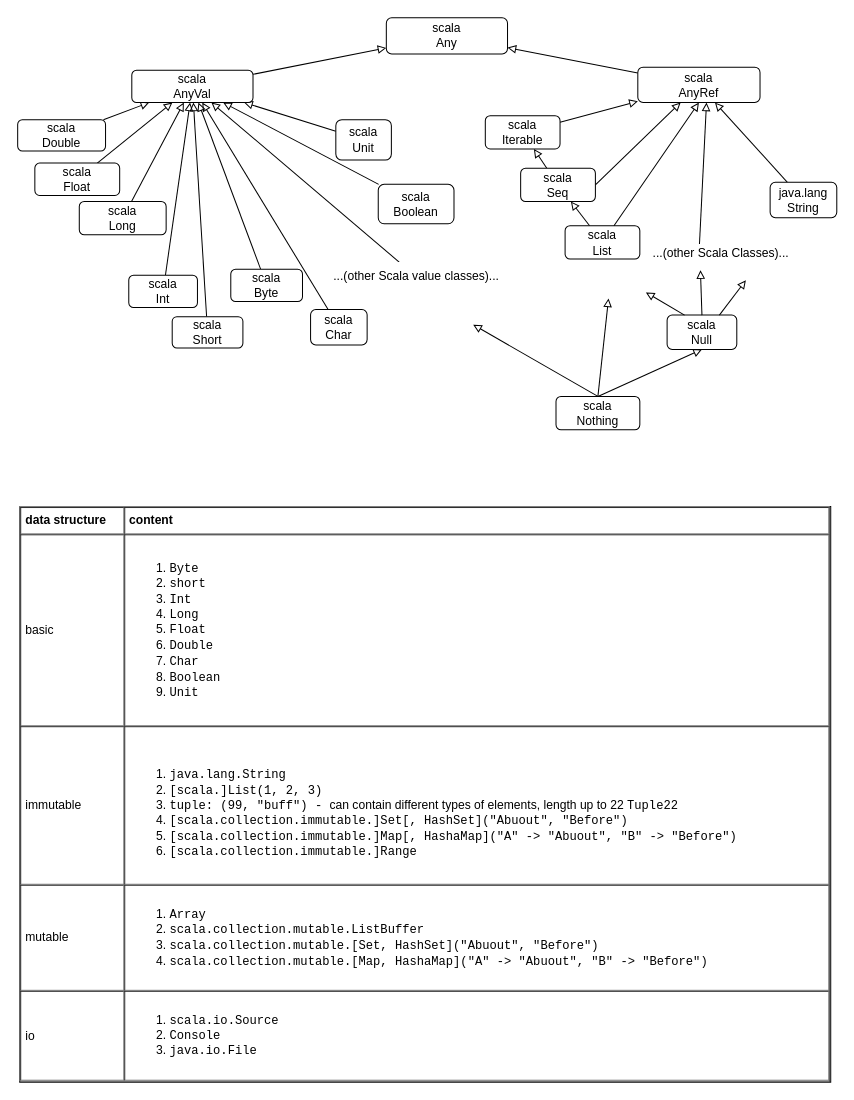
Before: page "data structure" (3 of 6) of languages/scala/scala.drawio in yangdj/tf_docs, a draw.io diagram. Source tidied: cells renumbered, new cells numbered last; positions are measured from the earlier drawing's top-left corner, leaving out a move shared by most shapes. Both pictures are drawn from the tidied source at 101%, with x=0, y=0 at pixel (17, 17).
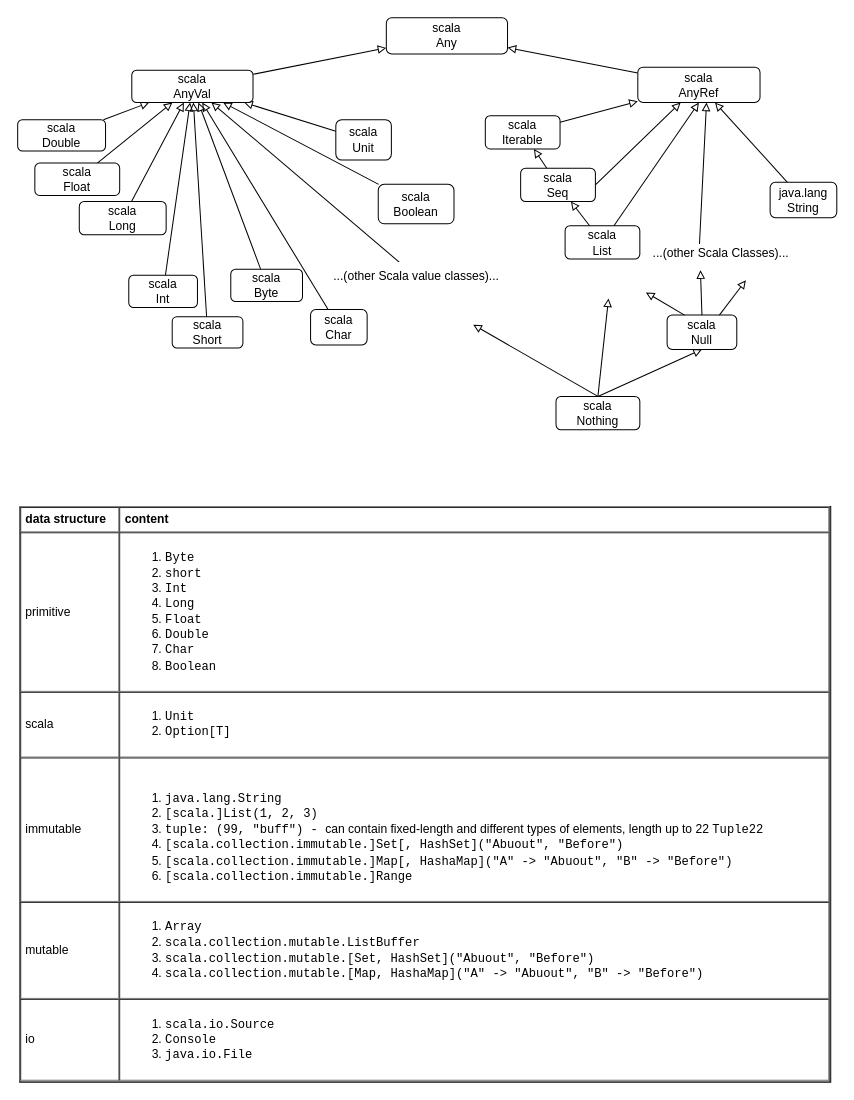
The same page after the edit.

Diff of the diagram source:
```diff
@@
-    <mxCell id="2" value="&lt;table cellpadding=&quot;4&quot; cellspacing=&quot;0&quot; border=&quot;1&quot; style=&quot;font-size: 1em ; width: 100% ; height: 100%&quot;&gt;&lt;tbody&gt;&lt;tr&gt;&lt;th&gt;data structure&lt;/th&gt;&lt;th&gt;content&lt;/th&gt;&lt;/tr&gt;&lt;tr&gt;&lt;td&gt;basic&lt;/td&gt;&lt;td&gt;&lt;ol&gt;&lt;li&gt;&lt;font face=&quot;Courier New&quot;&gt;Byte&lt;/font&gt;&lt;/li&gt;&lt;li&gt;&lt;font face=&quot;Courier New&quot;&gt;short&lt;/font&gt;&lt;/li&gt;&lt;li&gt;&lt;font face=&quot;Courier New&quot;&gt;Int&lt;/font&gt;&lt;/li&gt;&lt;li&gt;&lt;font face=&quot;Courier New&quot;&gt;Long&lt;/font&gt;&lt;/li&gt;&lt;li&gt;&lt;font face=&quot;Courier New&quot;&gt;Float&lt;/font&gt;&lt;/li&gt;&lt;li&gt;&lt;font face=&quot;Courier New&quot;&gt;Double&lt;/font&gt;&lt;/li&gt;&lt;li&gt;&lt;font face=&quot;Courier New&quot;&gt;Char&lt;/font&gt;&lt;/li&gt;&lt;li&gt;&lt;span style=&quot;font-family: &amp;#34;courier new&amp;#34; ; font-size: 1em&quot;&gt;Boolean&lt;/span&gt;&lt;br&gt;&lt;/li&gt;&lt;li&gt;&lt;span style=&quot;font-family: &amp;#34;courier new&amp;#34; ; font-size: 1em&quot;&gt;Unit&lt;/span&gt;&lt;/li&gt;&lt;/ol&gt;&lt;/td&gt;&lt;/tr&gt;&lt;tr&gt;&lt;td&gt;immutable&lt;/td&gt;&lt;td&gt;&lt;div&gt;&lt;font face=&quot;Courier New&quot;&gt;&lt;br&gt;&lt;/font&gt;&lt;/div&gt;&lt;ol&gt;&lt;li&gt;&lt;font face=&quot;Courier New&quot;&gt;java.lang.String&lt;/font&gt;&lt;/li&gt;&lt;li&gt;&lt;font face=&quot;Courier New&quot;&gt;[scala.]List(1, 2, 3)&lt;/font&gt;&lt;/li&gt;&lt;li&gt;&lt;font face=&quot;Courier New&quot;&gt;tuple: (99, &quot;buff&quot;) - &lt;/font&gt;can&amp;nbsp;contain different types of elements, length up to 22 &lt;font face=&quot;Courier New&quot;&gt;Tuple22&lt;/font&gt;&lt;/li&gt;&lt;li&gt;&lt;font face=&quot;Courier New&quot;&gt;[scala.collection.immutable.]Set[, HashSet](&quot;Abuout&quot;, &quot;Before&quot;)&lt;/font&gt;&lt;/li&gt;&lt;li&gt;&lt;span style=&quot;font-family: &amp;#34;courier new&amp;#34; ; font-size: 1em&quot;&gt;[scala.collection.immutable.]Map[, HashaMap](&quot;A&quot; -&amp;gt; &quot;Abuout&quot;, &quot;B&quot; -&amp;gt; &quot;Before&quot;)&lt;/span&gt;&lt;/li&gt;&lt;li&gt;&lt;font face=&quot;Courier New&quot;&gt;[scala.collection.immutable.]Range&lt;/font&gt;&lt;/li&gt;&lt;/ol&gt;&lt;/td&gt;&lt;/tr&gt;&lt;tr&gt;&lt;td&gt;mutable&lt;/td&gt;&lt;td&gt;&lt;ol&gt;&lt;li&gt;&lt;font face=&quot;Courier New&quot;&gt;Array&lt;/font&gt;&lt;/li&gt;&lt;li&gt;&lt;font face=&quot;Courier New&quot;&gt;scala.collection.mutable.ListBuffer&lt;/font&gt;&lt;/li&gt;&lt;li&gt;&lt;font face=&quot;Courier New&quot;&gt;scala.collection.mutable.[Set, HashSet](&quot;Abuout&quot;, &quot;Before&quot;)&lt;/font&gt;&lt;/li&gt;&lt;li&gt;&lt;span style=&quot;font-family: &amp;#34;courier new&amp;#34; ; font-size: 1em&quot;&gt;scala.collection.mutable.[Map, HashaMap](&quot;A&quot; -&amp;gt; &quot;Abuout&quot;, &quot;B&quot; -&amp;gt; &quot;Before&quot;)&lt;/span&gt;&lt;/li&gt;&lt;/ol&gt;&lt;div&gt;&lt;/div&gt;&lt;div&gt;&lt;/div&gt;&lt;/td&gt;&lt;/tr&gt;&lt;tr&gt;&lt;td&gt;io&lt;/td&gt;&lt;td&gt;&lt;ol&gt;&lt;li&gt;&lt;font face=&quot;Courier New&quot;&gt;scala.io.Source&lt;/font&gt;&lt;/li&gt;&lt;li&gt;&lt;font face=&quot;Courier New&quot;&gt;Console&lt;/font&gt;&lt;/li&gt;&lt;li&gt;&lt;font face=&quot;Courier New&quot;&gt;java.io.File&lt;/font&gt;&lt;/li&gt;&lt;/ol&gt;&lt;/td&gt;&lt;/tr&gt;&lt;/tbody&gt;&lt;/table&gt; " style="verticalAlign=top;align=left;overflow=fill;fontSize=12;fontFamily=Helvetica;html=1;fillColor=none;" parent="1" vertex="1">
+    <mxCell id="2" value="&lt;table cellpadding=&quot;4&quot; cellspacing=&quot;0&quot; border=&quot;1&quot; style=&quot;font-size: 1em ; width: 100% ; height: 100%&quot;&gt;&lt;tbody&gt;&lt;tr&gt;&lt;th&gt;data structure&lt;/th&gt;&lt;th&gt;content&lt;/th&gt;&lt;/tr&gt;&lt;tr&gt;&lt;td&gt;primitive&lt;/td&gt;&lt;td&gt;&lt;ol&gt;&lt;li&gt;&lt;font face=&quot;Courier New&quot;&gt;Byte&lt;/font&gt;&lt;/li&gt;&lt;li&gt;&lt;font face=&quot;Courier New&quot;&gt;short&lt;/font&gt;&lt;/li&gt;&lt;li&gt;&lt;font face=&quot;Courier New&quot;&gt;Int&lt;/font&gt;&lt;/li&gt;&lt;li&gt;&lt;font face=&quot;Courier New&quot;&gt;Long&lt;/font&gt;&lt;/li&gt;&lt;li&gt;&lt;font face=&quot;Courier New&quot;&gt;Float&lt;/font&gt;&lt;/li&gt;&lt;li&gt;&lt;font face=&quot;Courier New&quot;&gt;Double&lt;/font&gt;&lt;/li&gt;&lt;li&gt;&lt;font face=&quot;Courier New&quot;&gt;Char&lt;/font&gt;&lt;/li&gt;&lt;li&gt;&lt;span style=&quot;font-family: &amp;#34;courier new&amp;#34; ; font-size: 1em&quot;&gt;Boolean&lt;/span&gt;&lt;/li&gt;&lt;/ol&gt;&lt;/td&gt;&lt;/tr&gt;&lt;tr&gt;&lt;td&gt;scala&lt;/td&gt;&lt;td&gt;&lt;ol&gt;&lt;li&gt;&lt;font face=&quot;Courier New&quot;&gt;Unit&lt;/font&gt;&lt;/li&gt;&lt;li&gt;&lt;font face=&quot;Courier New&quot;&gt;Option[T]&lt;/font&gt;&lt;/li&gt;&lt;/ol&gt;&lt;/td&gt;&lt;/tr&gt;&lt;tr&gt;&lt;td&gt;immutable&lt;/td&gt;&lt;td&gt;&lt;div&gt;&lt;font face=&quot;Courier New&quot;&gt;&lt;br&gt;&lt;/font&gt;&lt;/div&gt;&lt;ol&gt;&lt;li&gt;&lt;font face=&quot;Courier New&quot;&gt;java.lang.String&lt;/font&gt;&lt;/li&gt;&lt;li&gt;&lt;font face=&quot;Courier New&quot;&gt;[scala.]List(1, 2, 3)&lt;/font&gt;&lt;/li&gt;&lt;li&gt;&lt;font face=&quot;Courier New&quot;&gt;tuple: (99, &quot;buff&quot;) - &lt;/font&gt;can&amp;nbsp;contain fixed-length and different types of elements, length up to 22 &lt;font face=&quot;Courier New&quot;&gt;Tuple22&lt;/font&gt;&lt;/li&gt;&lt;li&gt;&lt;font face=&quot;Courier New&quot;&gt;[scala.collection.immutable.]Set[, HashSet](&quot;Abuout&quot;, &quot;Before&quot;)&lt;/font&gt;&lt;/li&gt;&lt;li&gt;&lt;span style=&quot;font-family: &amp;#34;courier new&amp;#34; ; font-size: 1em&quot;&gt;[scala.collection.immutable.]Map[, HashaMap](&quot;A&quot; -&amp;gt; &quot;Abuout&quot;, &quot;B&quot; -&amp;gt; &quot;Before&quot;)&lt;/span&gt;&lt;/li&gt;&lt;li&gt;&lt;font face=&quot;Courier New&quot;&gt;[scala.collection.immutable.]Range&lt;/font&gt;&lt;/li&gt;&lt;/ol&gt;&lt;/td&gt;&lt;/tr&gt;&lt;tr&gt;&lt;td&gt;mutable&lt;/td&gt;&lt;td&gt;&lt;ol&gt;&lt;li&gt;&lt;font face=&quot;Courier New&quot;&gt;Array&lt;/font&gt;&lt;/li&gt;&lt;li&gt;&lt;font face=&quot;Courier New&quot;&gt;scala.collection.mutable.ListBuffer&lt;/font&gt;&lt;/li&gt;&lt;li&gt;&lt;font face=&quot;Courier New&quot;&gt;scala.collection.mutable.[Set, HashSet](&quot;Abuout&quot;, &quot;Before&quot;)&lt;/font&gt;&lt;/li&gt;&lt;li&gt;&lt;span style=&quot;font-family: &amp;#34;courier new&amp;#34; ; font-size: 1em&quot;&gt;scala.collection.mutable.[Map, HashaMap](&quot;A&quot; -&amp;gt; &quot;Abuout&quot;, &quot;B&quot; -&amp;gt; &quot;Before&quot;)&lt;/span&gt;&lt;/li&gt;&lt;/ol&gt;&lt;div&gt;&lt;/div&gt;&lt;div&gt;&lt;/div&gt;&lt;/td&gt;&lt;/tr&gt;&lt;tr&gt;&lt;td&gt;io&lt;/td&gt;&lt;td&gt;&lt;ol&gt;&lt;li&gt;&lt;font face=&quot;Courier New&quot;&gt;scala.io.Source&lt;/font&gt;&lt;/li&gt;&lt;li&gt;&lt;font face=&quot;Courier New&quot;&gt;Console&lt;/font&gt;&lt;/li&gt;&lt;li&gt;&lt;font face=&quot;Courier New&quot;&gt;java.io.File&lt;/font&gt;&lt;/li&gt;&lt;/ol&gt;&lt;/td&gt;&lt;/tr&gt;&lt;/tbody&gt;&lt;/table&gt; " style="verticalAlign=top;align=left;overflow=fill;fontSize=12;fontFamily=Helvetica;html=1;fillColor=none;" parent="1" vertex="1">
       <mxGeometry x="2" y="484" width="803" height="570" as="geometry" />
     </mxCell>
```
